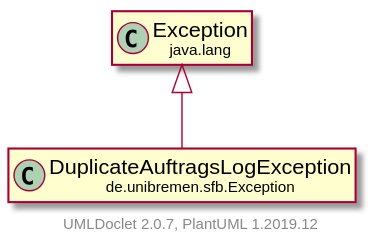
Earlier version of the PlantUML export doc/UML/modulsichtSVG/DuplicateAuftragsLogException.svg (fkehlenb/softwareprojekt-2).
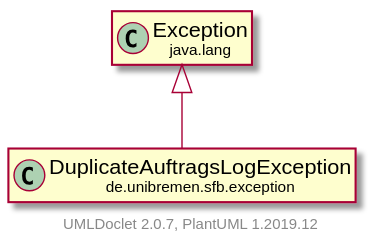
The same file after the commit.

What changed in the source:
```diff
@@ -3,11 +3,11 @@
     hide empty fields
     hide empty methods
 
-    class "<size:14>DuplicateAuftragsLogException\n<size:10>de.unibremen.sfb.Exception" as de.unibremen.sfb.Exception.DuplicateAuftragsLogException [[DuplicateAuftragsLogException.html]]
+    class "<size:14>DuplicateAuftragsLogException\n<size:10>de.unibremen.sfb.exception" as de.unibremen.sfb.exception.DuplicateAuftragsLogException [[DuplicateAuftragsLogException.html]]
 
-    class "<size:14>Exception\n<size:10>java.lang" as java.lang.Exception [[https://docs.oracle.com/en/java/javase/11/docs/api/java.base/java/lang/Exception.html?is-external=true]]
+    class "<size:14>exception\n<size:10>java.lang" as java.lang.exception [[https://docs.oracle.com/en/java/javase/11/docs/api/java.base/java/lang/Exception.html?is-external=true]]
 
-    java.lang.Exception <|-- de.unibremen.sfb.Exception.DuplicateAuftragsLogException
+    java.lang.exception <|-- de.unibremen.sfb.exception.DuplicateAuftragsLogException
 
     center footer UMLDoclet 2.0.7, PlantUML 1.2019.12
 @enduml
```
